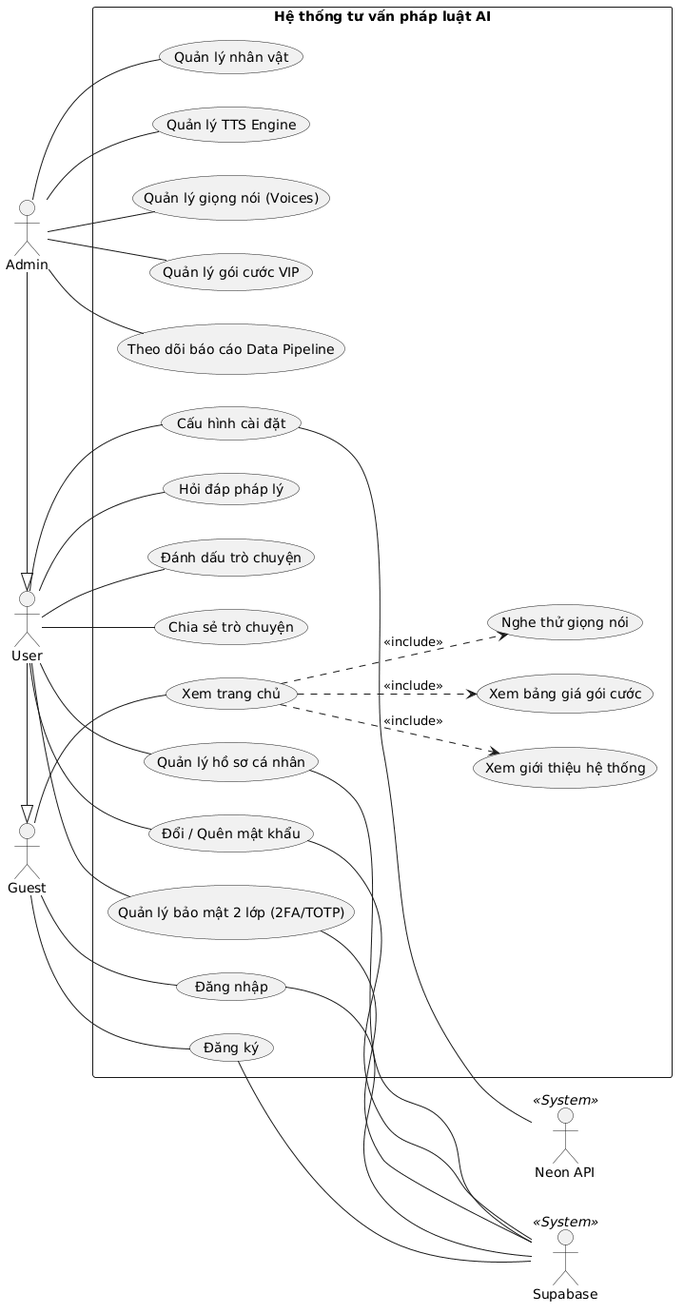
20206205Tech/docs-uml keeps this PlantUML diagram as temp/01-UseCase/UML-UseCase-overview.png. Above is the earlier version.
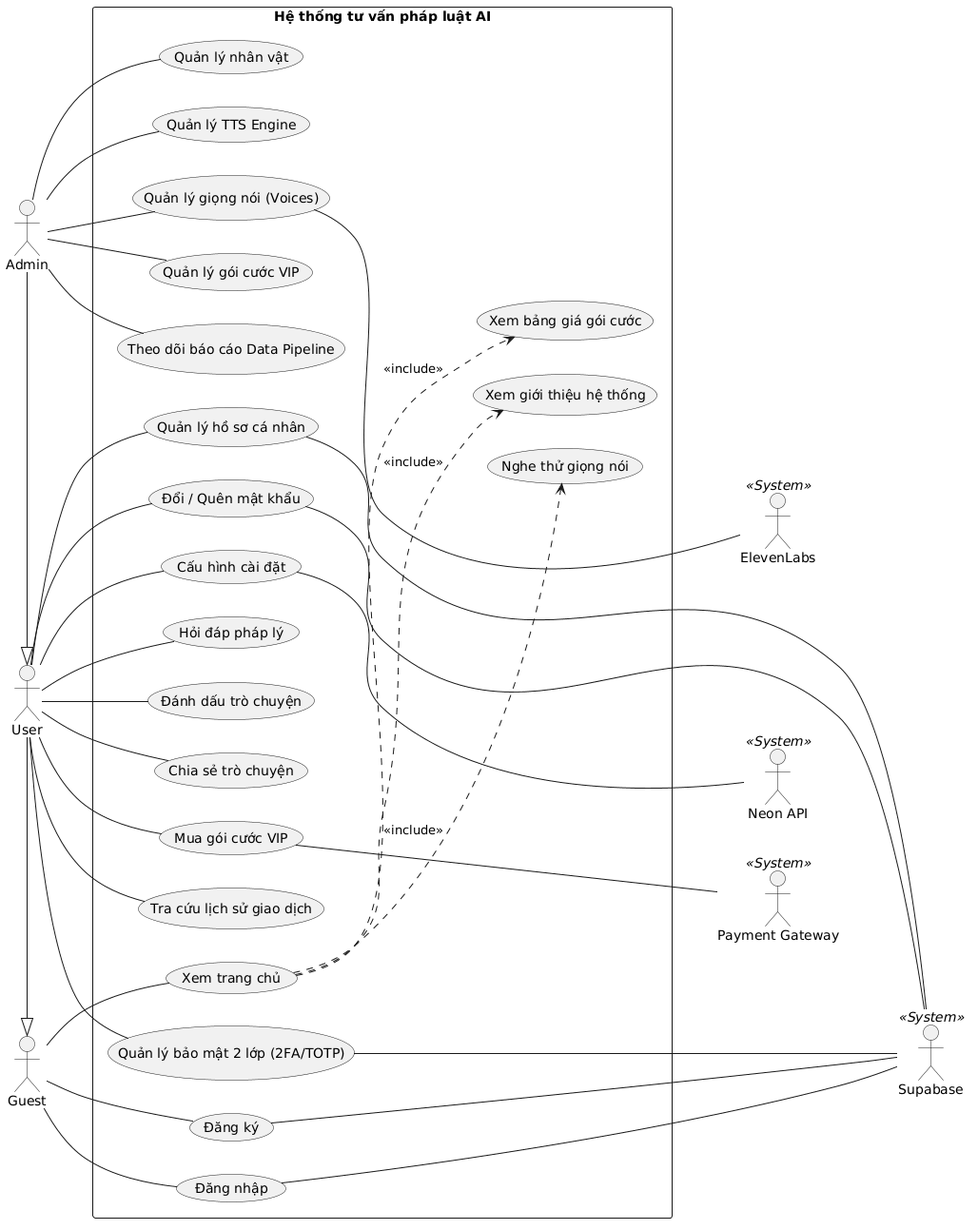
Later version of the same file.

Change to the diagram source:
```diff
@@ -7,12 +7,14 @@
 actor "User" as User
 actor "Guest" as Guest
 
+actor "ElevenLabs" as ElevenLabs << System >>
 actor "Supabase"   as Supabase   << System >>
-actor "Neon API"       as NeonAPI       << System >>
-
+actor "Neon API"   as NeonAPI    << System >>
+actor "Payment Gateway" as PaymentGateway << System >>
 
 User  -|> Guest
 Admin -|> User
+
 rectangle "Hệ thống tư vấn pháp luật AI" {
   usecase "Xem trang chủ" as UC_Home
   usecase "Xem giới thiệu hệ thống" as UC_Intro
@@ -28,6 +30,8 @@
   usecase "Hỏi đáp pháp lý" as UC_Chat
   usecase "Đánh dấu trò chuyện" as UC_Bookmark
   usecase "Chia sẻ trò chuyện" as UC_Share
+  usecase "Mua gói cước VIP" as UC_PurchaseVIP
+  usecase "Tra cứu lịch sử giao dịch" as UC_TransactionHistory
 
   usecase "Quản lý nhân vật" as UC_ManagePersona
   usecase "Quản lý TTS Engine" as UC_ManageTtsEngine
@@ -51,6 +55,8 @@
 User -- UC_Chat
 User -- UC_Bookmark
 User -- UC_Share
+User -- UC_PurchaseVIP
+User -- UC_TransactionHistory
 
 Admin -- UC_ManagePersona
 Admin -- UC_ManageTtsEngine
@@ -58,10 +64,13 @@
 Admin -- UC_ManagePlans
 Admin -- UC_PipelineReport
 
-UC_Register -- Supabase
-UC_Login -- Supabase
-UC_MFA -- Supabase
-UC_Profile -- Supabase
-UC_Password -- Supabase
-UC_Settings -- NeonAPI
+UC_Register ---- Supabase
+UC_Login ---- Supabase
+UC_MFA ---- Supabase
+UC_Profile ---- Supabase
+UC_Password ---- Supabase
+
+UC_Settings --- NeonAPI
+UC_PurchaseVIP --- PaymentGateway
+UC_ManageVoice --- ElevenLabs
 @enduml
```
